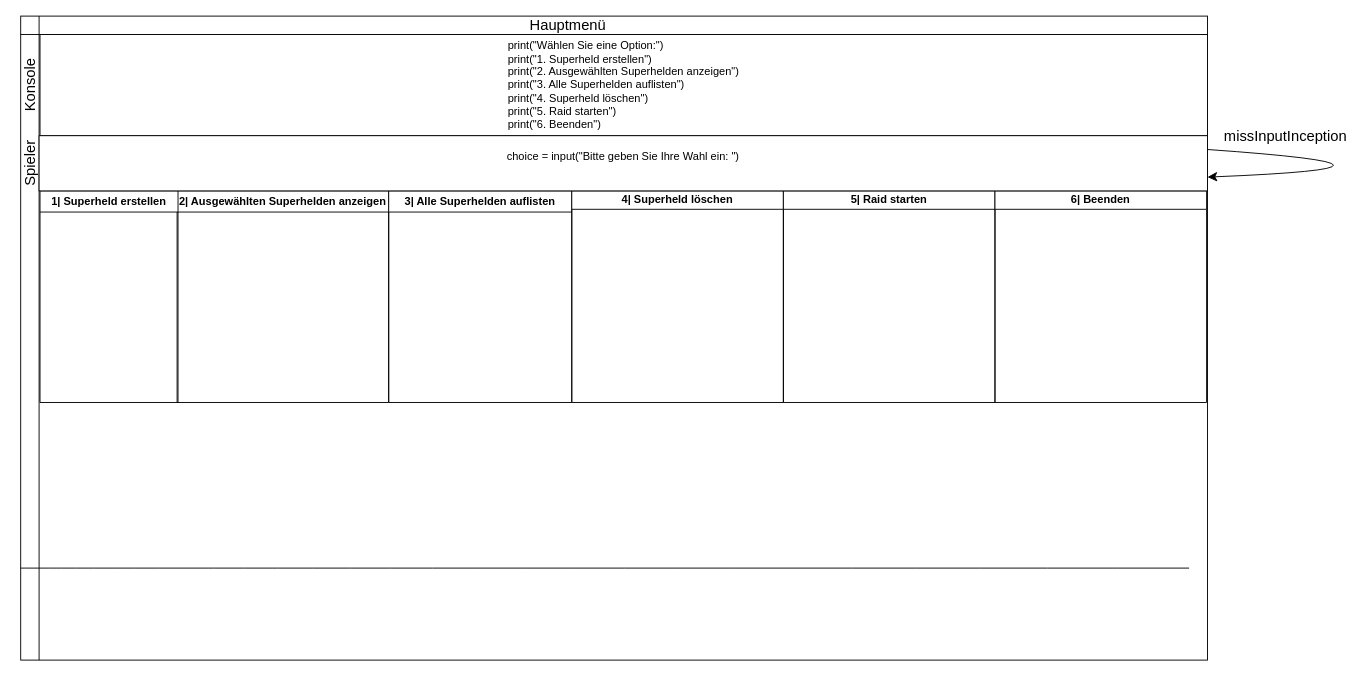
Earlier version of the draw.io diagram Hauptmenü Flowchart.drawio (HansKircheisenHTW/programmierprojekt-prog). Source tidied: cells renumbered, new cells numbered last; positions are measured from the earlier drawing's top-left corner, leaving out a move shared by most shapes. Both pictures are drawn from the tidied source at 92%, with x=0, y=0 at pixel (2, 16).
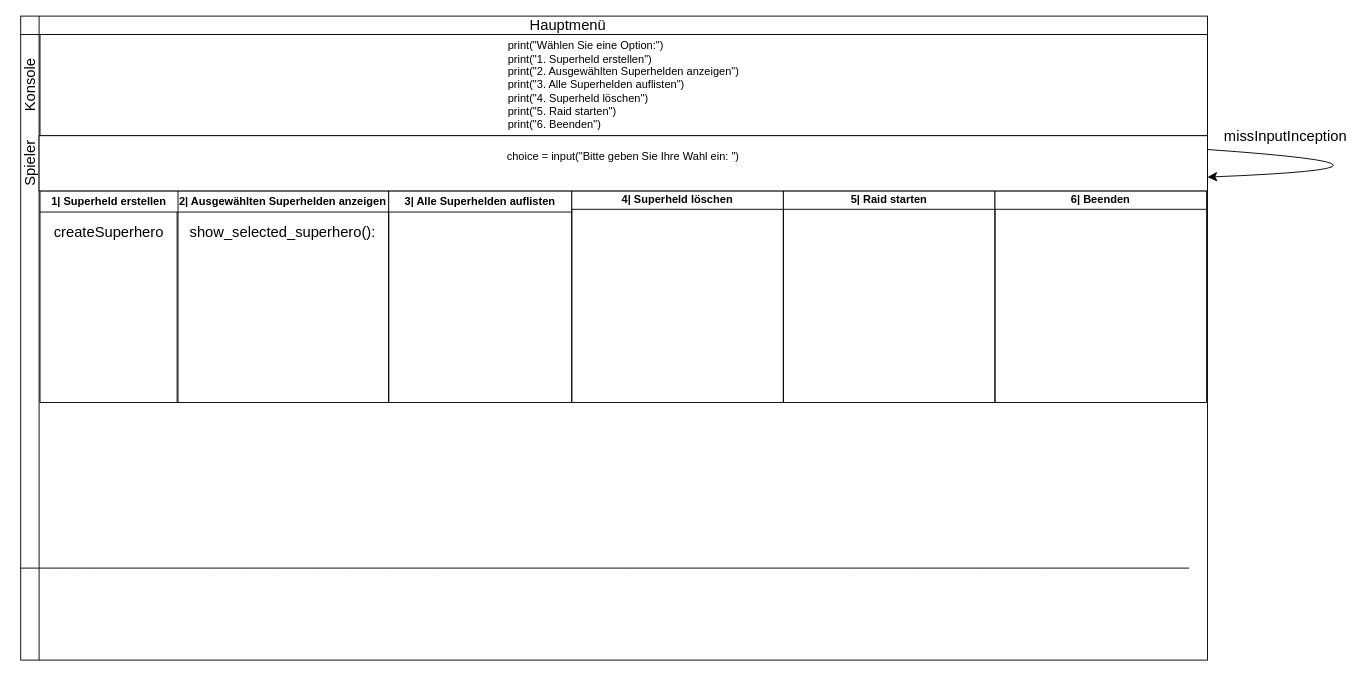
The same page after the edit.

Unchanged cells that the change refers to:
```xml
<mxCell id="5" value="2| Ausgewählten Superhelden anzeigen" style="swimlane;whiteSpace=wrap;html=1;" parent="1" vertex="1">
  <mxGeometry x="190" y="190" width="230" height="230" as="geometry" />
</mxCell>
```

What changed in the source:
```diff
@@
+    <mxCell id="18" value="&lt;span class=&quot;hljs-title function_&quot;&gt;show_selected_superhero&lt;/span&gt;():" style="text;strokeColor=none;fillColor=none;html=1;align=center;verticalAlign=middle;whiteSpace=wrap;rounded=0;fontSize=16;" parent="5" vertex="1">
+      <mxGeometry x="10" y="30" width="210" height="30" as="geometry" />
+    </mxCell>
@@
+    <mxCell id="19" value="createSuperhero" style="text;strokeColor=none;fillColor=none;html=1;align=center;verticalAlign=middle;whiteSpace=wrap;rounded=0;fontSize=16;" parent="1" vertex="1">
+      <mxGeometry x="86" y="220" width="60" height="30" as="geometry" />
+    </mxCell>
```
